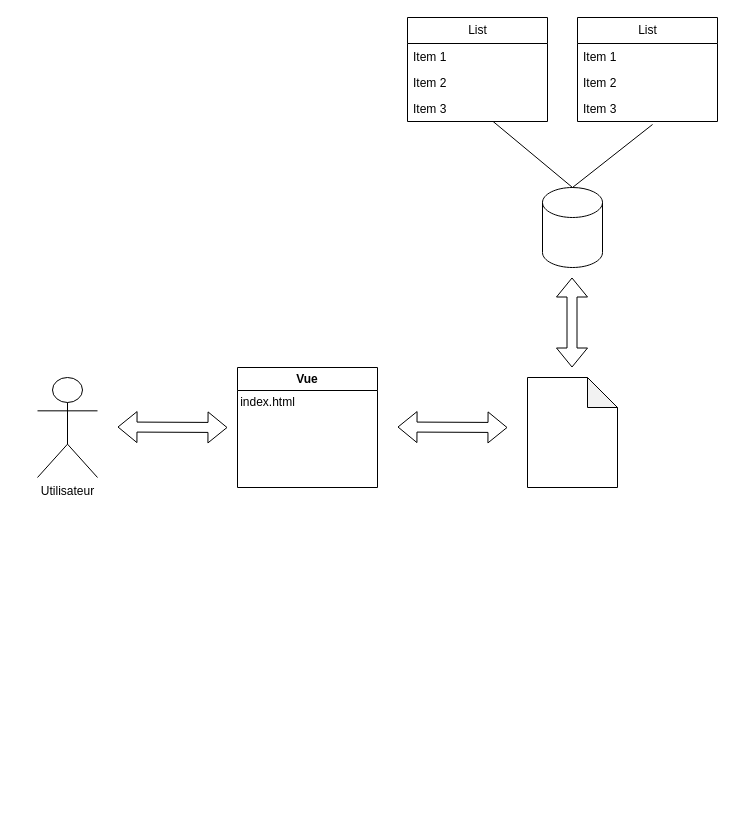
This is Diagramme sans nom.drawio from Ahlexandre/filmoteca, a draw.io file, before an edit. Source tidied: cells renumbered, new cells numbered last; positions are measured from the earlier drawing's top-left corner, leaving out a move shared by most shapes. Both pictures are drawn from the tidied source at 100%, with x=0, y=0 at pixel (37, 17).
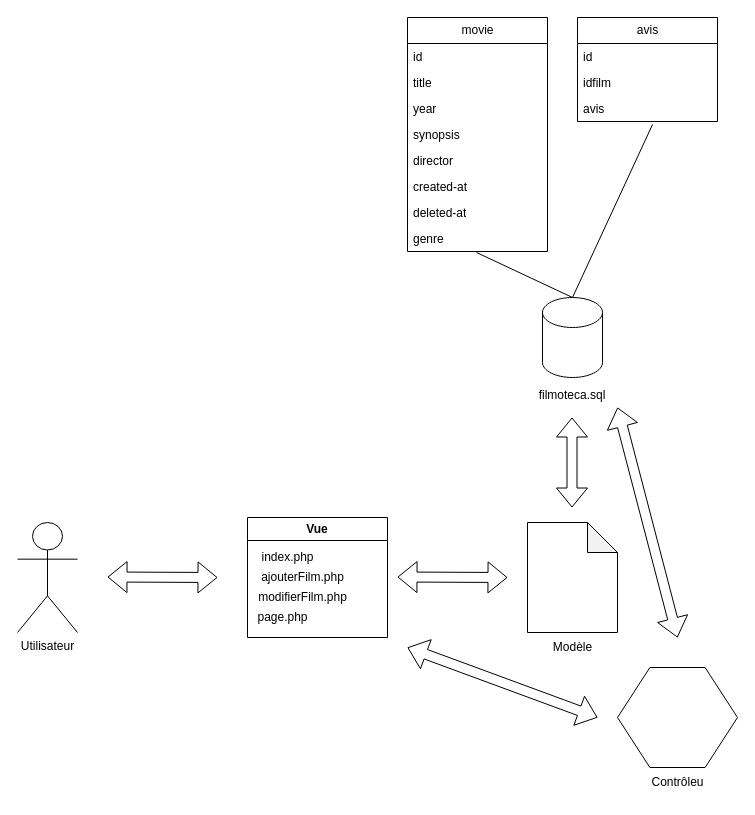
Above is the later version.

Commit message (it also covers changes not shown here):
Mettre à jour Diagramme sans nom.drawio

The edit, as a diff of the source:
```diff
@@
     <mxCell id="2" value="Utilisateur&lt;div&gt;&lt;br&gt;&lt;/div&gt;" style="shape=umlActor;verticalLabelPosition=bottom;verticalAlign=top;html=1;" parent="1" vertex="1">
-      <mxGeometry y="360" width="60" height="100" as="geometry" />
+      <mxGeometry x="-20" y="505" width="60" height="110" as="geometry" />
     </mxCell>
     <mxCell id="3" style="shape=flexArrow;endArrow=classic;startArrow=classic;html=1;rounded=0;" parent="1" edge="1">
       <mxGeometry relative="1" as="geometry">
-        <mxPoint x="80" y="409.5" as="sourcePoint" />
-        <mxPoint x="190" y="410" as="targetPoint" />
+        <mxPoint x="70" y="559.5" as="sourcePoint" />
+        <mxPoint x="180" y="560" as="targetPoint" />
       </mxGeometry>
     </mxCell>
-    <mxCell id="4" value="List" style="swimlane;fontStyle=0;horizontal=1;startSize=26;fillColor=none;html=1;" parent="1" vertex="1">
-      <mxGeometry x="370" width="140" height="104" as="geometry" />
+    <mxCell id="4" value="movie" style="swimlane;fontStyle=0;horizontal=1;startSize=26;fillColor=none;html=1;" parent="1" vertex="1">
+      <mxGeometry x="370" width="140" height="234" as="geometry" />
     </mxCell>
-    <mxCell id="5" value="Item 1" style="text;strokeColor=none;fillColor=none;align=left;verticalAlign=top;spacingLeft=4;spacingRight=4;overflow=hidden;whiteSpace=wrap;html=1;" parent="4" vertex="1">
+    <mxCell id="5" value="id" style="text;strokeColor=none;fillColor=none;align=left;verticalAlign=top;spacingLeft=4;spacingRight=4;overflow=hidden;whiteSpace=wrap;html=1;" parent="4" vertex="1">
       <mxGeometry y="26" width="140" height="26" as="geometry" />
     </mxCell>
-    <mxCell id="6" value="Item 2" style="text;strokeColor=none;fillColor=none;align=left;verticalAlign=top;spacingLeft=4;spacingRight=4;overflow=hidden;whiteSpace=wrap;html=1;" parent="4" vertex="1">
+    <mxCell id="6" value="title" style="text;strokeColor=none;fillColor=none;align=left;verticalAlign=top;spacingLeft=4;spacingRight=4;overflow=hidden;whiteSpace=wrap;html=1;" parent="4" vertex="1">
       <mxGeometry y="52" width="140" height="26" as="geometry" />
     </mxCell>
-    <mxCell id="7" value="Item 3" style="text;strokeColor=none;fillColor=none;align=left;verticalAlign=top;spacingLeft=4;spacingRight=4;overflow=hidden;points=[[0,0.5],[1,0.5]];portConstraint=eastwest;whiteSpace=wrap;html=1;" parent="4" vertex="1">
+    <mxCell id="7" value="year" style="text;strokeColor=none;fillColor=none;align=left;verticalAlign=top;spacingLeft=4;spacingRight=4;overflow=hidden;points=[[0,0.5],[1,0.5]];portConstraint=eastwest;whiteSpace=wrap;html=1;" parent="4" vertex="1">
       <mxGeometry y="78" width="140" height="26" as="geometry" />
     </mxCell>
+    <mxCell id="20" value="synopsis&lt;div&gt;&lt;br&gt;&lt;/div&gt;" style="text;strokeColor=none;fillColor=none;align=left;verticalAlign=top;spacingLeft=4;spacingRight=4;overflow=hidden;whiteSpace=wrap;html=1;" parent="4" vertex="1">
+      <mxGeometry y="104" width="140" height="26" as="geometry" />
+    </mxCell>
+    <mxCell id="21" value="director" style="text;strokeColor=none;fillColor=none;align=left;verticalAlign=top;spacingLeft=4;spacingRight=4;overflow=hidden;whiteSpace=wrap;html=1;" parent="4" vertex="1">
+      <mxGeometry y="130" width="140" height="26" as="geometry" />
+    </mxCell>
+    <mxCell id="22" value="created-at&lt;div&gt;&lt;br&gt;&lt;/div&gt;" style="text;strokeColor=none;fillColor=none;align=left;verticalAlign=top;spacingLeft=4;spacingRight=4;overflow=hidden;whiteSpace=wrap;html=1;" parent="4" vertex="1">
+      <mxGeometry y="156" width="140" height="26" as="geometry" />
+    </mxCell>
+    <mxCell id="23" value="deleted-at" style="text;strokeColor=none;fillColor=none;align=left;verticalAlign=top;spacingLeft=4;spacingRight=4;overflow=hidden;whiteSpace=wrap;html=1;" parent="4" vertex="1">
+      <mxGeometry y="182" width="140" height="26" as="geometry" />
+    </mxCell>
+    <mxCell id="24" value="genre" style="text;strokeColor=none;fillColor=none;align=left;verticalAlign=top;spacingLeft=4;spacingRight=4;overflow=hidden;points=[[0,0.5],[1,0.5]];portConstraint=eastwest;whiteSpace=wrap;html=1;" parent="4" vertex="1">
+      <mxGeometry y="208" width="140" height="26" as="geometry" />
+    </mxCell>
     <mxCell id="8" style="shape=note;whiteSpace=wrap;html=1;backgroundOutline=1;darkOpacity=0.05;" parent="1" vertex="1">
-      <mxGeometry x="490" y="360" width="90" height="110" as="geometry" />
+      <mxGeometry x="490" y="505" width="90" height="110" as="geometry" />
     </mxCell>
     <mxCell id="9" style="shape=cylinder3;whiteSpace=wrap;html=1;boundedLbl=1;backgroundOutline=1;size=15;" parent="1" vertex="1">
-      <mxGeometry x="505" y="170" width="60" height="80" as="geometry" />
+      <mxGeometry x="505" y="280" width="60" height="80" as="geometry" />
     </mxCell>
-    <mxCell id="10" style="endArrow=none;html=1;rounded=0;entryX=0.5;entryY=0;entryDx=0;entryDy=0;entryPerimeter=0;" parent="1" edge="1" source="7" target="9">
+    <mxCell id="10" style="endArrow=none;html=1;rounded=0;entryX=0.5;entryY=0;entryDx=0;entryDy=0;entryPerimeter=0;exitX=0.493;exitY=1.038;exitDx=0;exitDy=0;exitPerimeter=0;" parent="1" edge="1" source="24" target="9">
       <mxGeometry relative="1" as="geometry" />
     </mxCell>
-    <mxCell id="11" value="List" style="swimlane;fontStyle=0;horizontal=1;startSize=26;fillColor=none;html=1;" parent="1" vertex="1">
+    <mxCell id="11" value="avis" style="swimlane;fontStyle=0;horizontal=1;startSize=26;fillColor=none;html=1;" parent="1" vertex="1">
       <mxGeometry x="540" width="140" height="104" as="geometry" />
     </mxCell>
-    <mxCell id="12" value="Item 1" style="text;strokeColor=none;fillColor=none;align=left;verticalAlign=top;spacingLeft=4;spacingRight=4;overflow=hidden;whiteSpace=wrap;html=1;" parent="11" vertex="1">
+    <mxCell id="12" value="id&lt;div&gt;&lt;br&gt;&lt;/div&gt;" style="text;strokeColor=none;fillColor=none;align=left;verticalAlign=top;spacingLeft=4;spacingRight=4;overflow=hidden;whiteSpace=wrap;html=1;" parent="11" vertex="1">
       <mxGeometry y="26" width="140" height="26" as="geometry" />
     </mxCell>
-    <mxCell id="13" value="Item 2" style="text;strokeColor=none;fillColor=none;align=left;verticalAlign=top;spacingLeft=4;spacingRight=4;overflow=hidden;whiteSpace=wrap;html=1;" parent="11" vertex="1">
+    <mxCell id="13" value="idfilm" style="text;strokeColor=none;fillColor=none;align=left;verticalAlign=top;spacingLeft=4;spacingRight=4;overflow=hidden;whiteSpace=wrap;html=1;" parent="11" vertex="1">
       <mxGeometry y="52" width="140" height="26" as="geometry" />
     </mxCell>
-    <mxCell id="14" value="Item 3" style="text;strokeColor=none;fillColor=none;align=left;verticalAlign=top;spacingLeft=4;spacingRight=4;overflow=hidden;points=[[0,0.5],[1,0.5]];portConstraint=eastwest;whiteSpace=wrap;html=1;" parent="11" vertex="1">
+    <mxCell id="14" value="avis" style="text;strokeColor=none;fillColor=none;align=left;verticalAlign=top;spacingLeft=4;spacingRight=4;overflow=hidden;points=[[0,0.5],[1,0.5]];portConstraint=eastwest;whiteSpace=wrap;html=1;" parent="11" vertex="1">
       <mxGeometry y="78" width="140" height="26" as="geometry" />
     </mxCell>
@@
     <mxCell id="16" value="Vue" style="swimlane;whiteSpace=wrap;html=1;" parent="1" vertex="1">
-      <mxGeometry x="200" y="350" width="140" height="120" as="geometry" />
+      <mxGeometry x="210" y="500" width="140" height="120" as="geometry" />
     </mxCell>
-    <mxCell id="17" value="index.html" style="text;html=1;align=center;verticalAlign=middle;strokeColor=none;fillColor=none;" parent="16" vertex="1">
-      <mxGeometry x="-10" y="20" width="80" height="30" as="geometry" />
+    <mxCell id="17" value="index.php" style="text;html=1;align=center;verticalAlign=middle;strokeColor=none;fillColor=none;" parent="16" vertex="1">
+      <mxGeometry y="25" width="80" height="30" as="geometry" />
     </mxCell>
+    <mxCell id="25" value="ajouterFilm.php" style="text;html=1;align=center;verticalAlign=middle;strokeColor=none;fillColor=none;" parent="16" vertex="1">
+      <mxGeometry y="45" width="110" height="30" as="geometry" />
+    </mxCell>
+    <mxCell id="26" value="modifierFilm.php" style="text;html=1;align=center;verticalAlign=middle;strokeColor=none;fillColor=none;" parent="16" vertex="1">
+      <mxGeometry y="65" width="110" height="30" as="geometry" />
+    </mxCell>
+    <mxCell id="27" value="page.php" style="text;html=1;align=center;verticalAlign=middle;strokeColor=none;fillColor=none;" parent="16" vertex="1">
+      <mxGeometry y="85" width="70" height="30" as="geometry" />
+    </mxCell>
     <mxCell id="18" style="shape=flexArrow;endArrow=classic;startArrow=classic;html=1;rounded=0;" parent="1" edge="1">
       <mxGeometry relative="1" as="geometry">
-        <mxPoint x="534.5" y="350" as="sourcePoint" />
-        <mxPoint x="534.5" y="260" as="targetPoint" />
+        <mxPoint x="534.5" y="490" as="sourcePoint" />
+        <mxPoint x="534.5" y="400" as="targetPoint" />
       </mxGeometry>
     </mxCell>
     <mxCell id="19" style="shape=flexArrow;endArrow=classic;startArrow=classic;html=1;rounded=0;" parent="1" edge="1">
       <mxGeometry relative="1" as="geometry">
-        <mxPoint x="360" y="409.5" as="sourcePoint" />
-        <mxPoint x="470" y="410" as="targetPoint" />
+        <mxPoint x="360" y="559.5" as="sourcePoint" />
+        <mxPoint x="470" y="560" as="targetPoint" />
       </mxGeometry>
     </mxCell>
+    <mxCell id="28" value="filmoteca.sql&lt;div&gt;&lt;br&gt;&lt;/div&gt;" style="text;strokeColor=none;align=center;fillColor=none;html=1;verticalAlign=middle;whiteSpace=wrap;rounded=0;" parent="1" vertex="1">
+      <mxGeometry x="505" y="370" width="60" height="30" as="geometry" />
+    </mxCell>
+    <mxCell id="29" value="Modèle" style="text;html=1;align=center;verticalAlign=middle;strokeColor=none;fillColor=none;" parent="1" vertex="1">
+      <mxGeometry x="505" y="615" width="60" height="30" as="geometry" />
+    </mxCell>
+    <mxCell id="30" style="verticalLabelPosition=bottom;verticalAlign=top;html=1;shape=hexagon;perimeter=hexagonPerimeter2;arcSize=6;size=0.27;" parent="1" vertex="1">
+      <mxGeometry x="580" y="650" width="120" height="100" as="geometry" />
+    </mxCell>
+    <mxCell id="31" style="shape=flexArrow;endArrow=classic;startArrow=classic;html=1;rounded=0;" parent="1" edge="1">
+      <mxGeometry relative="1" as="geometry">
+        <mxPoint x="370" y="630" as="sourcePoint" />
+        <mxPoint x="560" y="700" as="targetPoint" />
+      </mxGeometry>
+    </mxCell>
+    <mxCell id="32" style="shape=flexArrow;endArrow=classic;startArrow=classic;html=1;rounded=0;" parent="1" edge="1">
+      <mxGeometry relative="1" as="geometry">
+        <mxPoint x="580" y="390" as="sourcePoint" />
+        <mxPoint x="640" y="620" as="targetPoint" />
+      </mxGeometry>
+    </mxCell>
+    <mxCell id="33" value="Contrôleu" style="text;html=1;align=center;verticalAlign=middle;strokeColor=none;fillColor=none;" parent="1" vertex="1">
+      <mxGeometry x="600" y="750" width="80" height="30" as="geometry" />
+    </mxCell>
```
